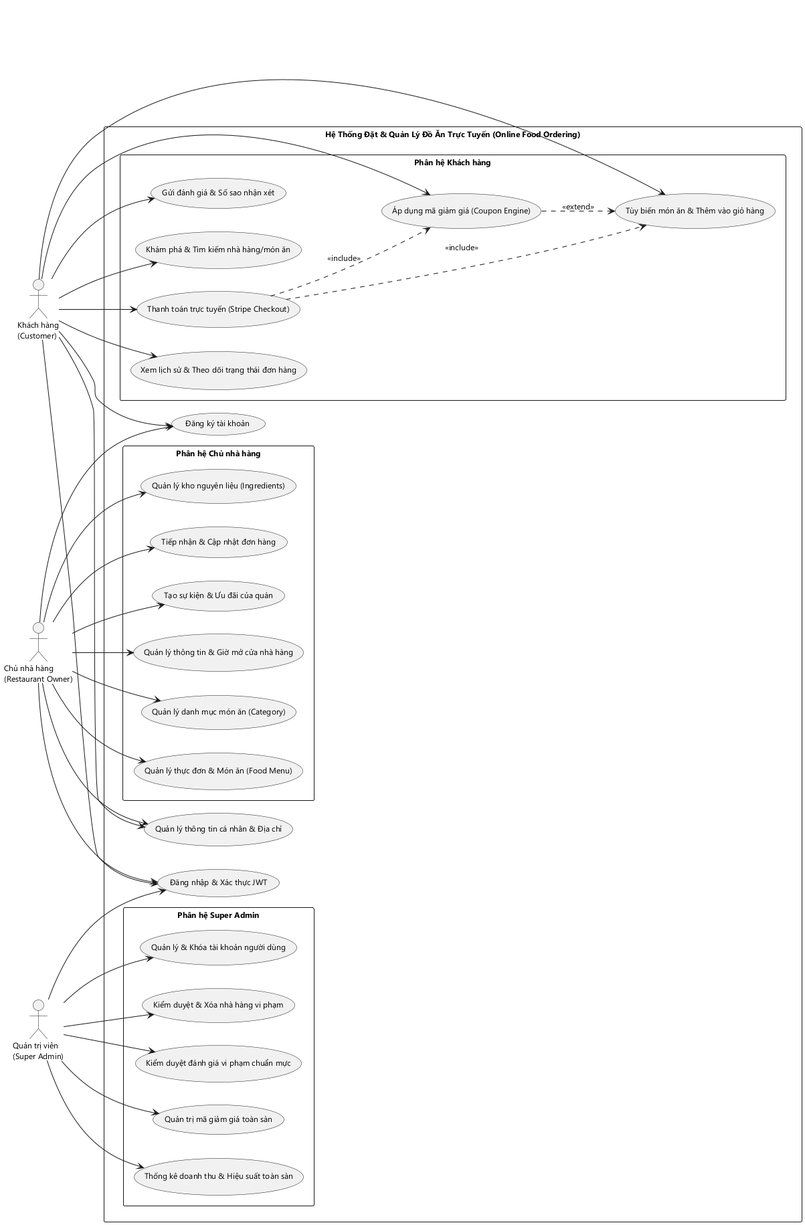
Earlier version of the PlantUML export uet-graduation-thesis/figures/fig_usecase_general.png (lequocanh1401/Online-Food-Ordering). Its source is kept beside it as uet-graduation-thesis/figures/fig_usecase_general.puml.
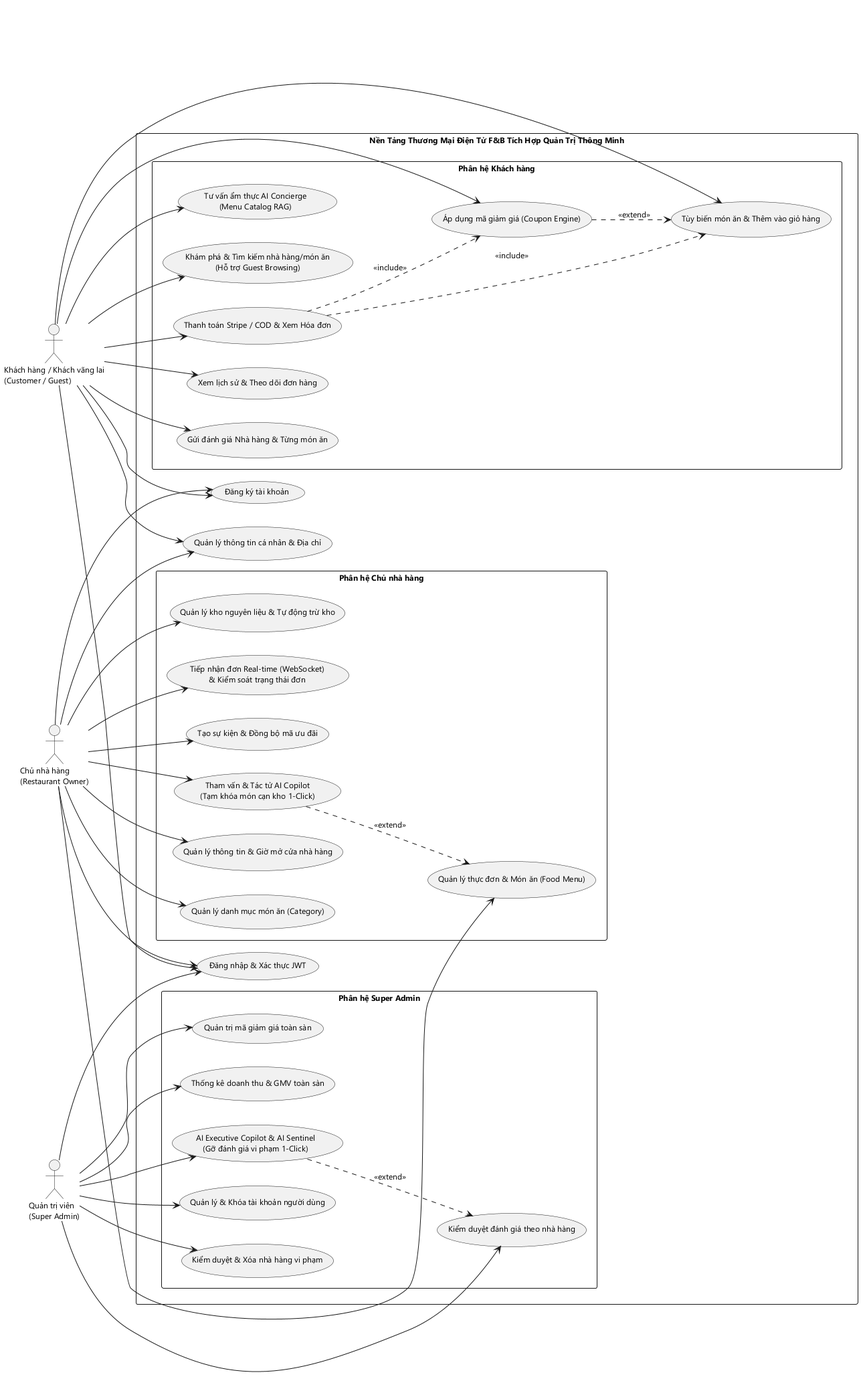
The same file after the commit.

Change to the diagram source:
```diff
@@ -5,39 +5,42 @@
 skinparam defaultFontName "Segoe UI"
 skinparam DefaultFontSize 12
 
-actor "Khách hàng\n(Customer)" as customer
+actor "Khách hàng / Khách vãng lai\n(Customer / Guest)" as customer
 actor "Chủ nhà hàng\n(Restaurant Owner)" as owner
 actor "Quản trị viên\n(Super Admin)" as admin
 
-rectangle "Hệ Thống Đặt & Quản Lý Đồ Ăn Trực Tuyến (Online Food Ordering)" {
+rectangle "Nền Tảng Thương Mại Điện Tử F&B Tích Hợp Quản Trị Thông Minh" {
     usecase "Đăng ký tài khoản" as UC_Register
     usecase "Đăng nhập & Xác thực JWT" as UC_Login
     usecase "Quản lý thông tin cá nhân & Địa chỉ" as UC_Profile
 
     package "Phân hệ Khách hàng" {
-        usecase "Khám phá & Tìm kiếm nhà hàng/món ăn" as UC_Search
+        usecase "Khám phá & Tìm kiếm nhà hàng/món ăn\n(Hỗ trợ Guest Browsing)" as UC_Search
         usecase "Tùy biến món ăn & Thêm vào giỏ hàng" as UC_Cart
         usecase "Áp dụng mã giảm giá (Coupon Engine)" as UC_ApplyCoupon
-        usecase "Thanh toán trực tuyến (Stripe Checkout)" as UC_Payment
-        usecase "Xem lịch sử & Theo dõi trạng thái đơn hàng" as UC_TrackOrder
-        usecase "Gửi đánh giá & Số sao nhận xét" as UC_Review
+        usecase "Thanh toán Stripe / COD & Xem Hóa đơn" as UC_Payment
+        usecase "Xem lịch sử & Theo dõi đơn hàng" as UC_TrackOrder
+        usecase "Gửi đánh giá Nhà hàng & Từng món ăn" as UC_Review
+        usecase "Tư vấn ẩm thực AI Concierge\n(Menu Catalog RAG)" as UC_ChatbotRAG
     }
 
     package "Phân hệ Chủ nhà hàng" {
         usecase "Quản lý thông tin & Giờ mở cửa nhà hàng" as UC_ManageRest
         usecase "Quản lý danh mục món ăn (Category)" as UC_ManageCategory
         usecase "Quản lý thực đơn & Món ăn (Food Menu)" as UC_ManageFood
-        usecase "Quản lý kho nguyên liệu (Ingredients)" as UC_ManageIngredients
-        usecase "Tiếp nhận & Cập nhật đơn hàng" as UC_ManageOrder
-        usecase "Tạo sự kiện & Ưu đãi của quán" as UC_ManageEvents
+        usecase "Quản lý kho nguyên liệu & Tự động trừ kho" as UC_ManageIngredients
+        usecase "Tiếp nhận đơn Real-time (WebSocket)\n& Kiểm soát trạng thái đơn" as UC_ManageOrder
+        usecase "Tạo sự kiện & Đồng bộ mã ưu đãi" as UC_ManageEvents
+        usecase "Tham vấn & Tác tử AI Copilot\n(Tạm khóa món cạn kho 1-Click)" as UC_OwnerCopilot
     }
 
     package "Phân hệ Super Admin" {
         usecase "Quản lý & Khóa tài khoản người dùng" as UC_AdminUsers
         usecase "Kiểm duyệt & Xóa nhà hàng vi phạm" as UC_AdminRest
-        usecase "Kiểm duyệt đánh giá vi phạm chuẩn mực" as UC_AdminReview
+        usecase "Kiểm duyệt đánh giá theo nhà hàng" as UC_AdminReview
         usecase "Quản trị mã giảm giá toàn sàn" as UC_AdminCoupon
-        usecase "Thống kê doanh thu & Hiệu suất toàn sàn" as UC_AdminStats
+        usecase "Thống kê doanh thu & GMV toàn sàn" as UC_AdminStats
+        usecase "AI Executive Copilot & AI Sentinel\n(Gỡ đánh giá vi phạm 1-Click)" as UC_AdminCopilot
     }
 }
 
@@ -50,6 +53,7 @@
 customer --> UC_Payment
 customer --> UC_TrackOrder
 customer --> UC_Review
+customer --> UC_ChatbotRAG
 
 owner --> UC_Register
 owner --> UC_Login
@@ -60,6 +64,7 @@
 owner --> UC_ManageIngredients
 owner --> UC_ManageOrder
 owner --> UC_ManageEvents
+owner --> UC_OwnerCopilot
 
 admin --> UC_Login
 admin --> UC_AdminUsers
@@ -67,8 +72,11 @@
 admin --> UC_AdminReview
 admin --> UC_AdminCoupon
 admin --> UC_AdminStats
+admin --> UC_AdminCopilot
 
 UC_Payment ..> UC_Cart : <<include>>
 UC_ApplyCoupon ..> UC_Cart : <<extend>>
 UC_Payment ..> UC_ApplyCoupon : <<include>>
+UC_OwnerCopilot ..> UC_ManageFood : <<extend>>
+UC_AdminCopilot ..> UC_AdminReview : <<extend>>
 @enduml
```
